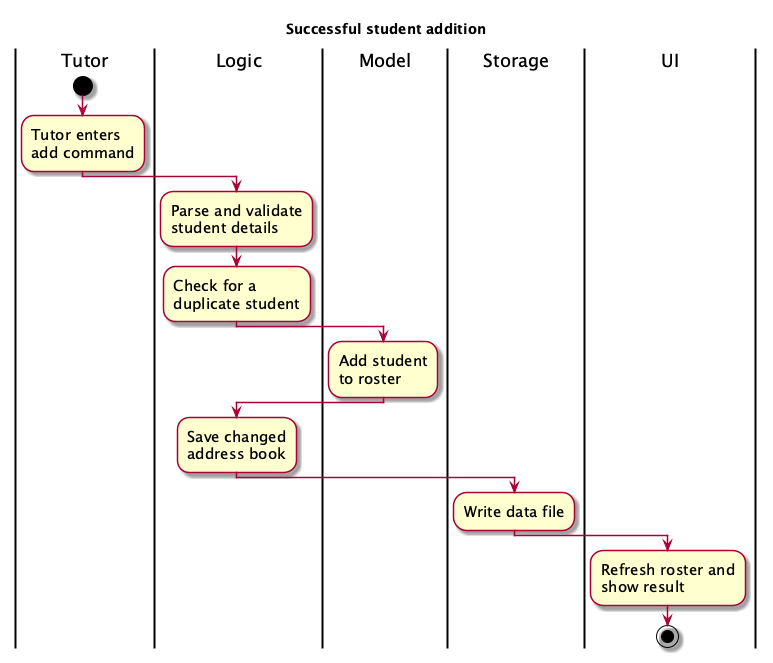
This is docs/images/AddStudentActivityDiagram.png from AY2627S1-CS2103T-F09-1/tp, a PlantUML export, as it was before one commit.
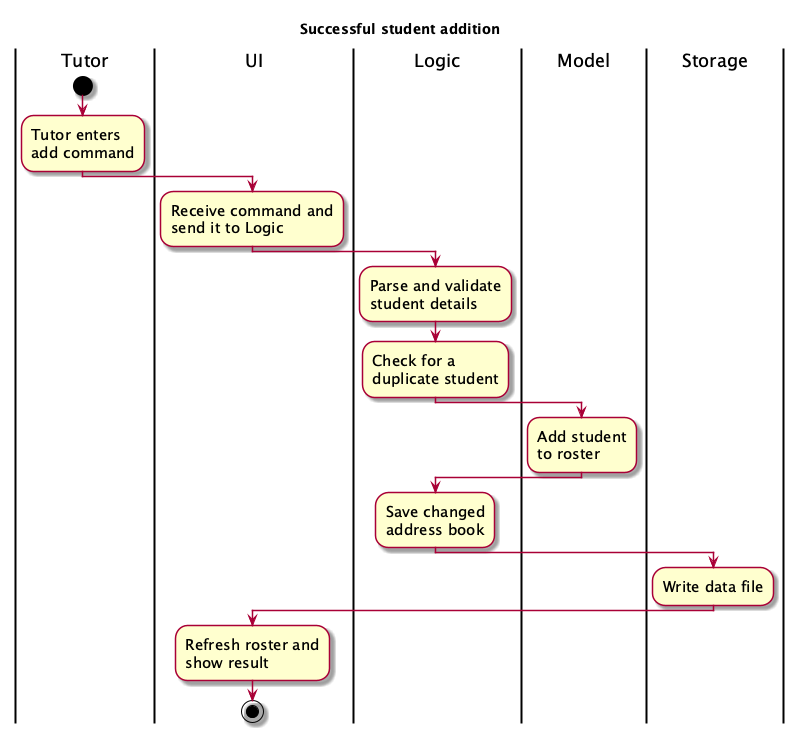
Later version of the same file.

Commit message:
Show UI forwarding the add command

Diff of the diagram source:
```diff
@@ -9,6 +9,9 @@
 start
 :Tutor enters
 add command;
+|UI|
+:Receive command and
+send it to Logic;
 |Logic|
 :Parse and validate
 student details;
```
